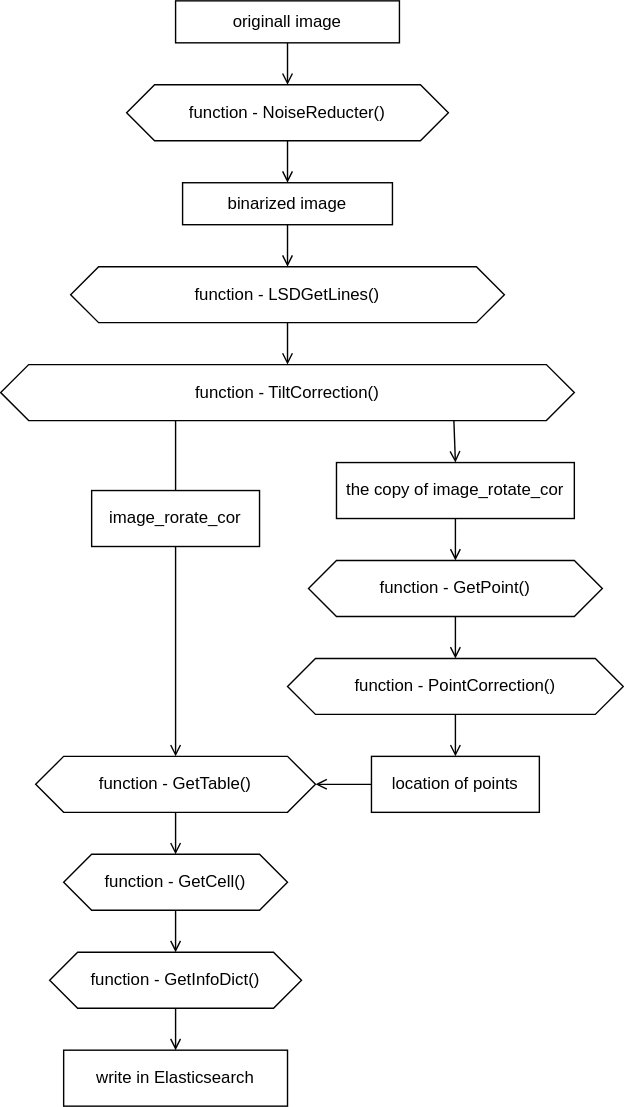
Earlier version of the draw.io export Abbildungen/Logik.drawio.svg (huichen5796/2022-studienarbeit-hui-chen). Source tidied: cells renumbered, new cells last; positions are measured from the earlier drawing's top-left corner, leaving out a move shared by most shapes. Source of this version:
```xml
<mxGraphModel>
  <root>
    <mxCell id="0" />
    <mxCell id="1" parent="0" />
    <mxCell id="2" style="edgeStyle=orthogonalEdgeStyle;rounded=0;jettySize=auto;html=1;endArrow=open;endFill=0;" parent="1" edge="1" source="3" target="7">
      <mxGeometry relative="1" as="geometry" />
    </mxCell>
    <mxCell id="3" value="originall image" style="rounded=0;whiteSpace=wrap;html=1;" parent="1" vertex="1">
      <mxGeometry x="125" width="160" height="30" as="geometry" />
    </mxCell>
    <mxCell id="4" style="edgeStyle=orthogonalEdgeStyle;rounded=0;jettySize=auto;html=1;endArrow=open;endFill=0;" parent="1" edge="1" source="5" target="9">
      <mxGeometry relative="1" as="geometry" />
    </mxCell>
    <mxCell id="5" value="binarized image" style="rounded=0;whiteSpace=wrap;html=1;" parent="1" vertex="1">
      <mxGeometry x="130" y="130" width="150" height="30" as="geometry" />
    </mxCell>
    <mxCell id="6" style="edgeStyle=orthogonalEdgeStyle;rounded=0;jettySize=auto;html=1;entryX=0.5;entryY=0;entryDx=0;entryDy=0;endArrow=open;endFill=0;" parent="1" edge="1" source="7" target="5">
      <mxGeometry relative="1" as="geometry" />
    </mxCell>
    <mxCell id="7" value="function - NoiseReducter()" style="shape=hexagon;perimeter=hexagonPerimeter2;whiteSpace=wrap;html=1;fixedSize=1;" parent="1" vertex="1">
      <mxGeometry x="90" y="60" width="230" height="40" as="geometry" />
    </mxCell>
    <mxCell id="8" style="edgeStyle=orthogonalEdgeStyle;rounded=0;jettySize=auto;html=1;endArrow=open;endFill=0;" parent="1" edge="1" source="9" target="11">
      <mxGeometry relative="1" as="geometry" />
    </mxCell>
    <mxCell id="9" value="function - LSDGetLines()" style="shape=hexagon;perimeter=hexagonPerimeter2;whiteSpace=wrap;html=1;fixedSize=1;rounded=0;" parent="1" vertex="1">
      <mxGeometry x="50" y="190" width="310" height="40" as="geometry" />
    </mxCell>
    <mxCell id="10" style="edgeStyle=orthogonalEdgeStyle;rounded=0;jettySize=auto;html=1;endArrow=open;endFill=0;entryX=0.5;entryY=0;entryDx=0;entryDy=0;" parent="1" edge="1" source="11" target="13">
      <mxGeometry relative="1" as="geometry">
        <Array as="points">
          <mxPoint x="125" y="370" />
          <mxPoint x="125" y="370" />
        </Array>
      </mxGeometry>
    </mxCell>
    <mxCell id="11" value="function - TiltCorrection()" style="shape=hexagon;perimeter=hexagonPerimeter2;whiteSpace=wrap;html=1;fixedSize=1;rounded=0;" parent="1" vertex="1">
      <mxGeometry y="260" width="410" height="40" as="geometry" />
    </mxCell>
    <mxCell id="12" style="edgeStyle=orthogonalEdgeStyle;rounded=0;jettySize=auto;html=1;endArrow=open;endFill=0;" parent="1" edge="1" source="13" target="23">
      <mxGeometry relative="1" as="geometry" />
    </mxCell>
    <mxCell id="13" value="image_rorate_cor" style="rounded=0;whiteSpace=wrap;html=1;" parent="1" vertex="1">
      <mxGeometry x="65" y="350" width="120" height="40" as="geometry" />
    </mxCell>
    <mxCell id="14" style="edgeStyle=orthogonalEdgeStyle;rounded=0;jettySize=auto;html=1;endArrow=open;endFill=0;" parent="1" edge="1" source="15" target="17">
      <mxGeometry relative="1" as="geometry" />
    </mxCell>
    <mxCell id="15" value="the copy of image_rotate_cor" style="rounded=0;whiteSpace=wrap;html=1;" parent="1" vertex="1">
      <mxGeometry x="240" y="330" width="170" height="40" as="geometry" />
    </mxCell>
    <mxCell id="16" style="edgeStyle=orthogonalEdgeStyle;rounded=0;jettySize=auto;html=1;endArrow=open;endFill=0;" parent="1" edge="1" source="17" target="19">
      <mxGeometry relative="1" as="geometry" />
    </mxCell>
    <mxCell id="17" value="function - GetPoint()" style="shape=hexagon;perimeter=hexagonPerimeter2;whiteSpace=wrap;html=1;fixedSize=1;rounded=0;" parent="1" vertex="1">
      <mxGeometry x="220" y="400" width="210" height="40" as="geometry" />
    </mxCell>
    <mxCell id="18" style="edgeStyle=orthogonalEdgeStyle;rounded=0;jettySize=auto;html=1;endArrow=open;endFill=0;entryX=0.5;entryY=0;entryDx=0;entryDy=0;" parent="1" edge="1" source="19" target="21">
      <mxGeometry relative="1" as="geometry" />
    </mxCell>
    <mxCell id="19" value="function - PointCorrection()" style="shape=hexagon;perimeter=hexagonPerimeter2;whiteSpace=wrap;html=1;fixedSize=1;rounded=0;" parent="1" vertex="1">
      <mxGeometry x="205" y="470" width="240" height="40" as="geometry" />
    </mxCell>
    <mxCell id="20" style="edgeStyle=orthogonalEdgeStyle;rounded=0;jettySize=auto;html=1;endArrow=open;endFill=0;" parent="1" edge="1" source="21" target="23">
      <mxGeometry relative="1" as="geometry" />
    </mxCell>
    <mxCell id="21" value="location of points" style="rounded=0;whiteSpace=wrap;html=1;" parent="1" vertex="1">
      <mxGeometry x="265" y="540" width="120" height="40" as="geometry" />
    </mxCell>
    <mxCell id="22" style="edgeStyle=orthogonalEdgeStyle;rounded=0;jettySize=auto;html=1;endArrow=open;endFill=0;" parent="1" edge="1" source="23" target="25">
      <mxGeometry relative="1" as="geometry" />
    </mxCell>
    <mxCell id="23" value="function - GetTable()" style="shape=hexagon;perimeter=hexagonPerimeter2;whiteSpace=wrap;html=1;fixedSize=1;rounded=0;" parent="1" vertex="1">
      <mxGeometry x="25" y="540" width="200" height="40" as="geometry" />
    </mxCell>
    <mxCell id="24" style="edgeStyle=orthogonalEdgeStyle;rounded=0;jettySize=auto;html=1;endArrow=open;endFill=0;" parent="1" edge="1" source="25" target="27">
      <mxGeometry relative="1" as="geometry" />
    </mxCell>
    <mxCell id="25" value="function - GetCell()" style="shape=hexagon;perimeter=hexagonPerimeter2;whiteSpace=wrap;html=1;fixedSize=1;rounded=0;" parent="1" vertex="1">
      <mxGeometry x="45" y="610" width="160" height="40" as="geometry" />
    </mxCell>
    <mxCell id="26" style="edgeStyle=orthogonalEdgeStyle;rounded=0;jettySize=auto;html=1;endArrow=open;endFill=0;" parent="1" edge="1" source="27" target="28">
      <mxGeometry relative="1" as="geometry" />
    </mxCell>
    <mxCell id="27" value="function - GetInfoDict()" style="shape=hexagon;perimeter=hexagonPerimeter2;whiteSpace=wrap;html=1;fixedSize=1;rounded=0;" parent="1" vertex="1">
      <mxGeometry x="35" y="680" width="180" height="40" as="geometry" />
    </mxCell>
    <mxCell id="28" value="write in Elasticsearch" style="whiteSpace=wrap;html=1;rounded=0;" parent="1" vertex="1">
      <mxGeometry x="45" y="750" width="160" height="40" as="geometry" />
    </mxCell>
    <mxCell id="29" style="endArrow=open;html=1;rounded=0;entryX=0.5;entryY=0;entryDx=0;entryDy=0;exitX=0.79;exitY=0.99;exitDx=0;exitDy=0;exitPerimeter=0;endFill=0;" parent="1" edge="1" source="11" target="15">
      <mxGeometry relative="1" as="geometry" />
    </mxCell>
  </root>
</mxGraphModel>
```
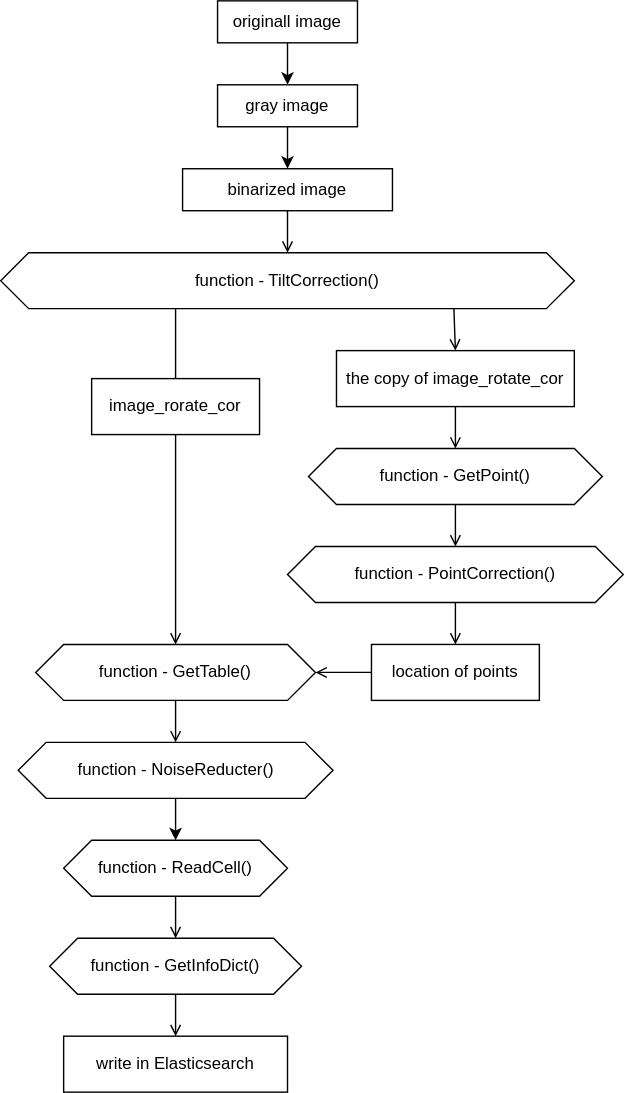
After the change.

The edit, as a diff of the source:
```diff
@@ -2,30 +2,26 @@
   <root>
     <mxCell id="0" />
     <mxCell id="1" parent="0" />
-    <mxCell id="2" style="edgeStyle=orthogonalEdgeStyle;rounded=0;jettySize=auto;html=1;endArrow=open;endFill=0;" parent="1" edge="1" source="3" target="7">
-      <mxGeometry relative="1" as="geometry" />
-    </mxCell>
+    <mxCell id="30" style="edgeStyle=none;html=1;" parent="1" edge="1" source="3" target="33">
+      <mxGeometry relative="1" as="geometry" />
+    </mxCell>
     <mxCell id="3" value="originall image" style="rounded=0;whiteSpace=wrap;html=1;" parent="1" vertex="1">
-      <mxGeometry x="125" width="160" height="30" as="geometry" />
+      <mxGeometry x="155" y="80" width="100" height="30" as="geometry" />
     </mxCell>
-    <mxCell id="4" style="edgeStyle=orthogonalEdgeStyle;rounded=0;jettySize=auto;html=1;endArrow=open;endFill=0;" parent="1" edge="1" source="5" target="9">
-      <mxGeometry relative="1" as="geometry" />
-    </mxCell>
     <mxCell id="5" value="binarized image" style="rounded=0;whiteSpace=wrap;html=1;" parent="1" vertex="1">
-      <mxGeometry x="130" y="130" width="150" height="30" as="geometry" />
+      <mxGeometry x="130" y="200" width="150" height="30" as="geometry" />
     </mxCell>
-    <mxCell id="6" style="edgeStyle=orthogonalEdgeStyle;rounded=0;jettySize=auto;html=1;entryX=0.5;entryY=0;entryDx=0;entryDy=0;endArrow=open;endFill=0;" parent="1" edge="1" source="7" target="5">
-      <mxGeometry relative="1" as="geometry" />
-    </mxCell>
+    <mxCell id="31" style="edgeStyle=none;html=1;exitX=0.5;exitY=1;exitDx=0;exitDy=0;entryX=0.5;entryY=0;entryDx=0;entryDy=0;" parent="1" edge="1" source="7" target="25">
+      <mxGeometry relative="1" as="geometry" />
+    </mxCell>
     <mxCell id="7" value="function - NoiseReducter()" style="shape=hexagon;perimeter=hexagonPerimeter2;whiteSpace=wrap;html=1;fixedSize=1;" parent="1" vertex="1">
-      <mxGeometry x="90" y="60" width="230" height="40" as="geometry" />
+      <mxGeometry x="12.5" y="610" width="225" height="40" as="geometry" />
     </mxCell>
-    <mxCell id="8" style="edgeStyle=orthogonalEdgeStyle;rounded=0;jettySize=auto;html=1;endArrow=open;endFill=0;" parent="1" edge="1" source="9" target="11">
-      <mxGeometry relative="1" as="geometry" />
+    <mxCell id="8" style="edgeStyle=orthogonalEdgeStyle;rounded=0;jettySize=auto;html=1;endArrow=open;endFill=0;" parent="1" edge="1" target="11">
+      <mxGeometry relative="1" as="geometry">
+        <mxPoint x="205" y="230" as="sourcePoint" />
+      </mxGeometry>
     </mxCell>
-    <mxCell id="9" value="function - LSDGetLines()" style="shape=hexagon;perimeter=hexagonPerimeter2;whiteSpace=wrap;html=1;fixedSize=1;rounded=0;" parent="1" vertex="1">
-      <mxGeometry x="50" y="190" width="310" height="40" as="geometry" />
-    </mxCell>
     <mxCell id="10" style="edgeStyle=orthogonalEdgeStyle;rounded=0;jettySize=auto;html=1;endArrow=open;endFill=0;entryX=0.5;entryY=0;entryDx=0;entryDy=0;" parent="1" edge="1" source="11" target="13">
       <mxGeometry relative="1" as="geometry">
         <Array as="points">
@@ -67,7 +63,7 @@
     <mxCell id="21" value="location of points" style="rounded=0;whiteSpace=wrap;html=1;" parent="1" vertex="1">
       <mxGeometry x="265" y="540" width="120" height="40" as="geometry" />
     </mxCell>
-    <mxCell id="22" style="edgeStyle=orthogonalEdgeStyle;rounded=0;jettySize=auto;html=1;endArrow=open;endFill=0;" parent="1" edge="1" source="23" target="25">
+    <mxCell id="22" style="edgeStyle=orthogonalEdgeStyle;rounded=0;jettySize=auto;html=1;endArrow=open;endFill=0;entryX=0.5;entryY=0;entryDx=0;entryDy=0;" parent="1" edge="1" source="23" target="7">
       <mxGeometry relative="1" as="geometry" />
     </mxCell>
     <mxCell id="23" value="function - GetTable()" style="shape=hexagon;perimeter=hexagonPerimeter2;whiteSpace=wrap;html=1;fixedSize=1;rounded=0;" parent="1" vertex="1">
@@ -76,20 +72,26 @@
     <mxCell id="24" style="edgeStyle=orthogonalEdgeStyle;rounded=0;jettySize=auto;html=1;endArrow=open;endFill=0;" parent="1" edge="1" source="25" target="27">
       <mxGeometry relative="1" as="geometry" />
     </mxCell>
-    <mxCell id="25" value="function - GetCell()" style="shape=hexagon;perimeter=hexagonPerimeter2;whiteSpace=wrap;html=1;fixedSize=1;rounded=0;" parent="1" vertex="1">
-      <mxGeometry x="45" y="610" width="160" height="40" as="geometry" />
+    <mxCell id="25" value="function - ReadCell()" style="shape=hexagon;perimeter=hexagonPerimeter2;whiteSpace=wrap;html=1;fixedSize=1;rounded=0;" parent="1" vertex="1">
+      <mxGeometry x="45" y="680" width="160" height="40" as="geometry" />
     </mxCell>
     <mxCell id="26" style="edgeStyle=orthogonalEdgeStyle;rounded=0;jettySize=auto;html=1;endArrow=open;endFill=0;" parent="1" edge="1" source="27" target="28">
       <mxGeometry relative="1" as="geometry" />
     </mxCell>
     <mxCell id="27" value="function - GetInfoDict()" style="shape=hexagon;perimeter=hexagonPerimeter2;whiteSpace=wrap;html=1;fixedSize=1;rounded=0;" parent="1" vertex="1">
-      <mxGeometry x="35" y="680" width="180" height="40" as="geometry" />
+      <mxGeometry x="35" y="750" width="180" height="40" as="geometry" />
     </mxCell>
     <mxCell id="28" value="write in Elasticsearch" style="whiteSpace=wrap;html=1;rounded=0;" parent="1" vertex="1">
-      <mxGeometry x="45" y="750" width="160" height="40" as="geometry" />
+      <mxGeometry x="45" y="820" width="160" height="40" as="geometry" />
     </mxCell>
     <mxCell id="29" style="endArrow=open;html=1;rounded=0;entryX=0.5;entryY=0;entryDx=0;entryDy=0;exitX=0.79;exitY=0.99;exitDx=0;exitDy=0;exitPerimeter=0;endFill=0;" parent="1" edge="1" source="11" target="15">
       <mxGeometry relative="1" as="geometry" />
     </mxCell>
+    <mxCell id="32" style="edgeStyle=none;html=1;exitX=0.5;exitY=1;exitDx=0;exitDy=0;entryX=0.5;entryY=0;entryDx=0;entryDy=0;" parent="1" edge="1" source="33" target="5">
+      <mxGeometry relative="1" as="geometry" />
+    </mxCell>
+    <mxCell id="33" value="gray image" style="whiteSpace=wrap;html=1;rounded=0;" parent="1" vertex="1">
+      <mxGeometry x="155" y="140" width="100" height="30" as="geometry" />
+    </mxCell>
   </root>
 </mxGraphModel>
```
